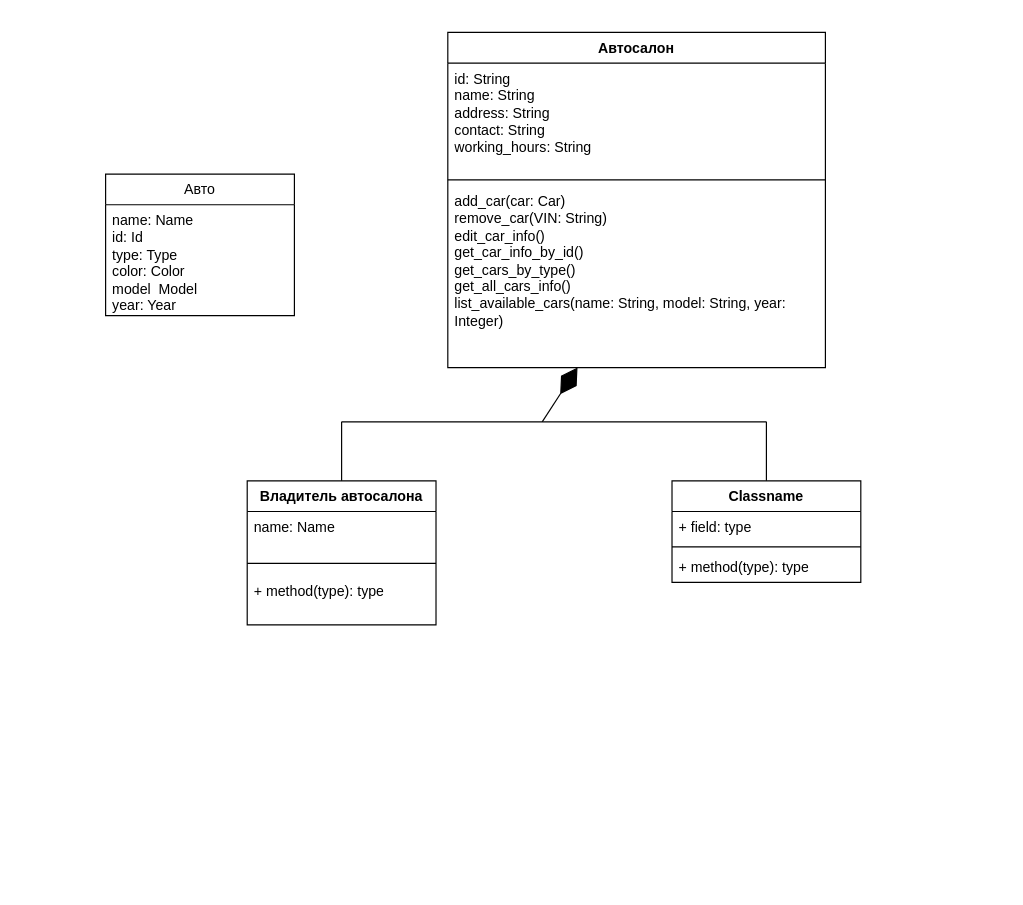
The draw.io diagram 5th_akmis_praktical.drawio in mati-tech/draw.io, before the edit. Source tidied: cells renumbered, new cells numbered last; positions are measured from the earlier drawing's top-left corner, leaving out a move shared by most shapes. Both pictures are drawn from the tidied source at 118%, with x=0, y=0 at pixel (105, 32).
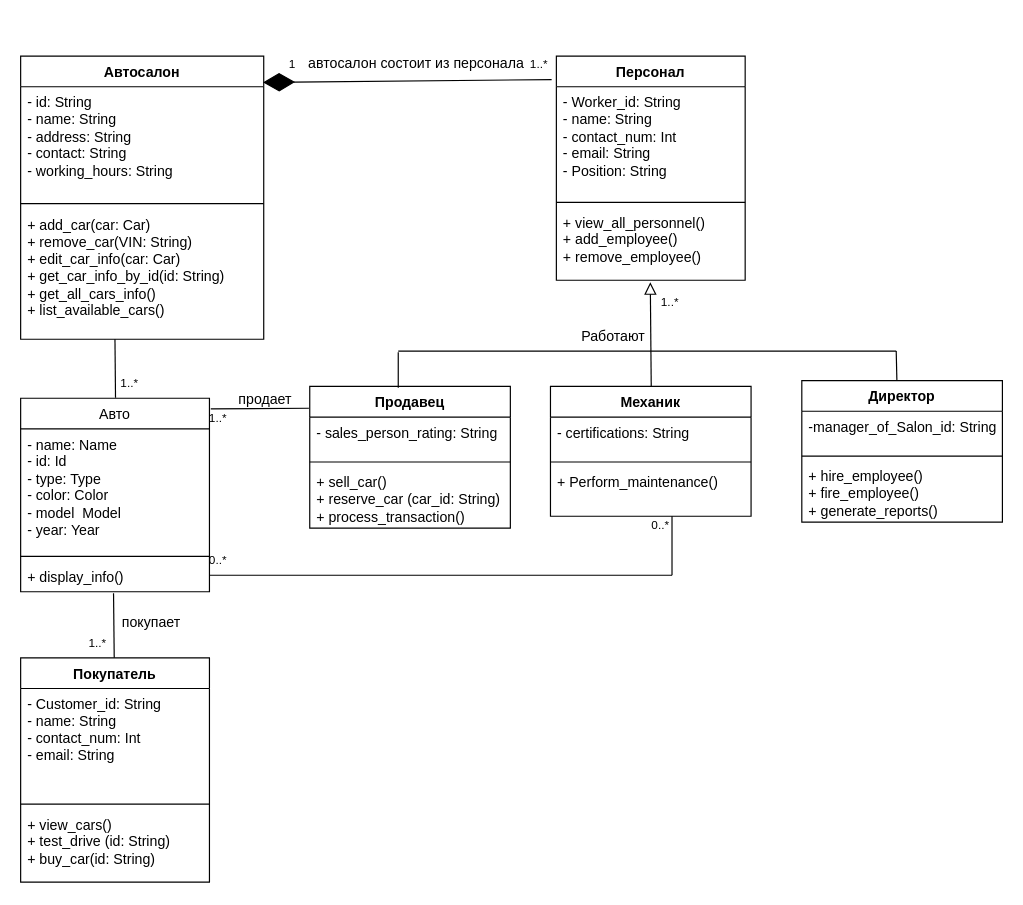
The same page after the edit.

Diff of the diagram source:
```diff
@@
     <mxCell id="2" value="Автосалон" style="swimlane;fontStyle=1;align=center;verticalAlign=top;horizontal=1;startSize=26;whiteSpace=wrap;html=1;" parent="1" vertex="1">
-      <mxGeometry x="290" width="320" height="284" as="geometry" />
+      <mxGeometry x="-72" y="20" width="206" height="240" as="geometry" />
     </mxCell>
-    <mxCell id="3" value="&lt;div&gt;id: String&lt;/div&gt;name: String&lt;div&gt;address: String&lt;/div&gt;&lt;div&gt;contact: String&lt;/div&gt;&lt;div&gt;working_hours: String&lt;/div&gt;" style="text;strokeColor=none;fillColor=none;align=left;verticalAlign=top;spacingLeft=4;spacingRight=4;overflow=hidden;whiteSpace=wrap;html=1;" parent="2" vertex="1">
-      <mxGeometry y="26" width="320" height="94" as="geometry" />
+    <mxCell id="3" value="&lt;div&gt;- id: String&lt;/div&gt;- name: String&lt;div&gt;- address: String&lt;/div&gt;&lt;div&gt;- contact: String&lt;/div&gt;&lt;div&gt;- working_hours: String&lt;/div&gt;" style="text;strokeColor=none;fillColor=none;align=left;verticalAlign=top;spacingLeft=4;spacingRight=4;overflow=hidden;whiteSpace=wrap;html=1;" parent="2" vertex="1">
+      <mxGeometry y="26" width="206" height="94" as="geometry" />
     </mxCell>
     <mxCell id="4" style="line;strokeWidth=1;fillColor=none;align=left;verticalAlign=middle;spacingTop=-1;spacingLeft=3;spacingRight=3;labelPosition=right;strokeColor=inherit;" parent="2" vertex="1">
-      <mxGeometry y="120" width="320" height="10" as="geometry" />
+      <mxGeometry y="120" width="206" height="10" as="geometry" />
     </mxCell>
-    <mxCell id="5" value="add_car(car: Car)&lt;div&gt;remove_car(VIN: String)&lt;/div&gt;&lt;div&gt;edit_car_info()&lt;/div&gt;&lt;div&gt;get_car_info_by_id()&lt;/div&gt;&lt;div&gt;get_cars_by_type()&lt;/div&gt;&lt;div&gt;get_all_cars_info()&lt;/div&gt;&lt;div&gt;list_available_cars(name: String, model: String, year: Integer)&lt;/div&gt;&lt;div&gt;&lt;br&gt;&lt;/div&gt;" style="text;strokeColor=none;fillColor=none;align=left;verticalAlign=top;spacingLeft=4;spacingRight=4;overflow=hidden;points=[[0,0.5],[1,0.5]];portConstraint=eastwest;whiteSpace=wrap;html=1;" parent="2" vertex="1">
-      <mxGeometry y="130" width="320" height="154" as="geometry" />
+    <mxCell id="5" value="+ add_car(car: Car)&lt;div&gt;+ remove_car(VIN: String)&lt;/div&gt;&lt;div&gt;+ edit_car_info(car: Car)&lt;/div&gt;&lt;div&gt;+ get_car_info_by_id(id: String)&lt;/div&gt;&lt;div&gt;+ get_all_cars_info()&lt;/div&gt;&lt;div&gt;+ list_available_cars()&lt;/div&gt;&lt;div&gt;&lt;br&gt;&lt;/div&gt;" style="text;strokeColor=none;fillColor=none;align=left;verticalAlign=top;spacingLeft=4;spacingRight=4;overflow=hidden;points=[[0,0.5],[1,0.5]];portConstraint=eastwest;whiteSpace=wrap;html=1;" parent="2" vertex="1">
+      <mxGeometry y="130" width="206" height="110" as="geometry" />
     </mxCell>
-    <mxCell id="6" value="Авто" style="swimlane;fontStyle=0;horizontal=1;startSize=26;fillColor=none;whiteSpace=wrap;html=1;" parent="1" vertex="1">
-      <mxGeometry y="120" width="160" height="120" as="geometry" />
+    <mxCell id="6" value="&lt;span style=&quot;font-weight: 400;&quot;&gt;Авто&lt;/span&gt;" style="swimlane;fontStyle=1;align=center;verticalAlign=top;horizontal=1;startSize=26;whiteSpace=wrap;html=1;" parent="1" vertex="1">
+      <mxGeometry x="-72" y="310" width="160" height="164" as="geometry" />
     </mxCell>
-    <mxCell id="7" value="&lt;div&gt;&lt;div&gt;name: Name&lt;/div&gt;&lt;div&gt;id: Id&lt;/div&gt;&lt;/div&gt;type: Type&lt;div&gt;color: Color&lt;/div&gt;&lt;div&gt;model&amp;nbsp; Model&amp;nbsp;&lt;/div&gt;&lt;div&gt;year: Year&lt;/div&gt;&lt;div&gt;&lt;br&gt;&lt;/div&gt;&lt;div&gt;&lt;br&gt;&lt;/div&gt;" style="text;strokeColor=none;fillColor=none;align=left;verticalAlign=top;spacingLeft=4;spacingRight=4;overflow=hidden;whiteSpace=wrap;html=1;" parent="6" vertex="1">
-      <mxGeometry y="26" width="160" height="94" as="geometry" />
-    </mxCell>
-    <mxCell id="8" style="endArrow=diamondThin;endFill=1;endSize=24;html=1;rounded=0;fontSize=12;curved=1;" parent="1" edge="1" target="5">
-      <mxGeometry relative="1" as="geometry">
-        <mxPoint x="370" y="330" as="sourcePoint" />
-      </mxGeometry>
-    </mxCell>
-    <mxCell id="9" value="Владитель автосалона" style="swimlane;fontStyle=1;align=center;verticalAlign=top;horizontal=1;startSize=26;whiteSpace=wrap;html=1;" parent="1" vertex="1">
-      <mxGeometry x="120" y="380" width="160" height="122" as="geometry" />
-    </mxCell>
-    <mxCell id="10" value="name: Name&lt;div&gt;&lt;br&gt;&lt;/div&gt;" style="text;strokeColor=none;fillColor=none;align=left;verticalAlign=top;spacingLeft=4;spacingRight=4;overflow=hidden;whiteSpace=wrap;html=1;" parent="9" vertex="1">
-      <mxGeometry y="26" width="160" height="34" as="geometry" />
-    </mxCell>
-    <mxCell id="11" style="line;strokeWidth=1;fillColor=none;align=left;verticalAlign=middle;spacingTop=-1;spacingLeft=3;spacingRight=3;labelPosition=right;strokeColor=inherit;" parent="9" vertex="1">
-      <mxGeometry y="60" width="160" height="20" as="geometry" />
-    </mxCell>
-    <mxCell id="12" value="+ method(type): type" style="text;strokeColor=none;fillColor=none;align=left;verticalAlign=top;spacingLeft=4;spacingRight=4;overflow=hidden;whiteSpace=wrap;html=1;" parent="9" vertex="1">
-      <mxGeometry y="80" width="160" height="42" as="geometry" />
-    </mxCell>
-    <mxCell id="13" value="Classname" style="swimlane;fontStyle=1;align=center;verticalAlign=top;horizontal=1;startSize=26;whiteSpace=wrap;html=1;" parent="1" vertex="1">
-      <mxGeometry x="480" y="380" width="160" height="86" as="geometry" />
-    </mxCell>
-    <mxCell id="14" value="+ field: type" style="text;strokeColor=none;fillColor=none;align=left;verticalAlign=top;spacingLeft=4;spacingRight=4;overflow=hidden;whiteSpace=wrap;html=1;" parent="13" vertex="1">
-      <mxGeometry y="26" width="160" height="26" as="geometry" />
-    </mxCell>
-    <mxCell id="15" style="line;strokeWidth=1;fillColor=none;align=left;verticalAlign=middle;spacingTop=-1;spacingLeft=3;spacingRight=3;labelPosition=right;strokeColor=inherit;" parent="13" vertex="1">
-      <mxGeometry y="52" width="160" height="8" as="geometry" />
-    </mxCell>
-    <mxCell id="16" value="+ method(type): type" style="text;strokeColor=none;fillColor=none;align=left;verticalAlign=top;spacingLeft=4;spacingRight=4;overflow=hidden;whiteSpace=wrap;html=1;" parent="13" vertex="1">
-      <mxGeometry y="60" width="160" height="26" as="geometry" />
-    </mxCell>
-    <mxCell id="17" style="endArrow=none;html=1;rounded=0;fontSize=12;startSize=8;endSize=8;curved=1;exitX=0.5;exitY=0;exitDx=0;exitDy=0;" parent="1" edge="1">
-      <mxGeometry relative="1" as="geometry">
-        <mxPoint x="200" y="380" as="sourcePoint" />
-        <mxPoint x="200" y="330" as="targetPoint" />
-      </mxGeometry>
-    </mxCell>
-    <mxCell id="18" style="endArrow=none;html=1;rounded=0;fontSize=12;startSize=8;endSize=8;curved=1;exitX=0.5;exitY=0;exitDx=0;exitDy=0;" parent="1" edge="1" source="13">
-      <mxGeometry relative="1" as="geometry">
-        <mxPoint x="560" y="330" as="targetPoint" />
-      </mxGeometry>
-    </mxCell>
-    <mxCell id="19" style="endArrow=none;html=1;rounded=0;fontSize=12;startSize=8;endSize=8;curved=1;" parent="1" edge="1">
-      <mxGeometry relative="1" as="geometry">
-        <mxPoint x="200" y="330" as="sourcePoint" />
-        <mxPoint x="370" y="330" as="targetPoint" />
-      </mxGeometry>
-    </mxCell>
-    <mxCell id="20" style="endArrow=none;html=1;rounded=0;fontSize=12;startSize=8;endSize=8;curved=1;" parent="1" edge="1">
-      <mxGeometry relative="1" as="geometry">
-        <mxPoint x="370" y="330" as="sourcePoint" />
-        <mxPoint x="560" y="330" as="targetPoint" />
-      </mxGeometry>
-    </mxCell>
+    <mxCell id="21" value="&lt;div&gt;&lt;div&gt;- name: Name&lt;/div&gt;&lt;div&gt;- id: Id&lt;/div&gt;&lt;/div&gt;- type: Type&lt;div&gt;- color: Color&lt;/div&gt;&lt;div&gt;- model&amp;nbsp; Model&amp;nbsp;&lt;/div&gt;&lt;div&gt;- year: Year&lt;/div&gt;&lt;div&gt;&lt;br&gt;&lt;/div&gt;&lt;div&gt;&lt;br&gt;&lt;/div&gt;" style="text;strokeColor=none;fillColor=none;align=left;verticalAlign=top;spacingLeft=4;spacingRight=4;overflow=hidden;whiteSpace=wrap;html=1;" parent="6" vertex="1">
+      <mxGeometry y="26" width="160" height="104" as="geometry" />
+    </mxCell>
+    <mxCell id="22" style="line;strokeWidth=1;fillColor=none;align=left;verticalAlign=middle;spacingTop=-1;spacingLeft=3;spacingRight=3;labelPosition=right;strokeColor=inherit;" parent="6" vertex="1">
+      <mxGeometry y="130" width="160" height="8" as="geometry" />
+    </mxCell>
+    <mxCell id="23" value="+ display_info()" style="text;strokeColor=none;fillColor=none;align=left;verticalAlign=top;spacingLeft=4;spacingRight=4;overflow=hidden;points=[[0,0.5],[1,0.5]];portConstraint=eastwest;whiteSpace=wrap;html=1;" parent="6" vertex="1">
+      <mxGeometry y="138" width="160" height="26" as="geometry" />
+    </mxCell>
+    <mxCell id="24" value="Покупатель" style="swimlane;fontStyle=1;align=center;verticalAlign=top;horizontal=1;startSize=26;whiteSpace=wrap;html=1;" parent="1" vertex="1">
+      <mxGeometry x="-72" y="530" width="160" height="190" as="geometry" />
+    </mxCell>
+    <mxCell id="25" value="- Customer_id: String&lt;div&gt;- name: String&lt;/div&gt;&lt;div&gt;- contact_num: Int&lt;/div&gt;&lt;div&gt;- email: String&lt;/div&gt;&lt;div&gt;&lt;br&gt;&lt;/div&gt;" style="text;strokeColor=none;fillColor=none;align=left;verticalAlign=top;spacingLeft=4;spacingRight=4;overflow=hidden;whiteSpace=wrap;html=1;" parent="24" vertex="1">
+      <mxGeometry y="26" width="160" height="94" as="geometry" />
+    </mxCell>
+    <mxCell id="26" style="line;strokeWidth=1;fillColor=none;align=left;verticalAlign=middle;spacingTop=-1;spacingLeft=3;spacingRight=3;labelPosition=right;strokeColor=inherit;" parent="24" vertex="1">
+      <mxGeometry y="120" width="160" height="8" as="geometry" />
+    </mxCell>
+    <mxCell id="27" value="+ view_cars()&lt;div&gt;+ test_drive (id: String)&lt;/div&gt;&lt;div&gt;+ buy_car(id: String)&lt;/div&gt;" style="text;strokeColor=none;fillColor=none;align=left;verticalAlign=top;spacingLeft=4;spacingRight=4;overflow=hidden;whiteSpace=wrap;html=1;" parent="24" vertex="1">
+      <mxGeometry y="128" width="160" height="62" as="geometry" />
+    </mxCell>
+    <mxCell id="28" value="Персонал" style="swimlane;fontStyle=1;align=center;verticalAlign=top;horizontal=1;startSize=26;whiteSpace=wrap;html=1;" parent="1" vertex="1">
+      <mxGeometry x="382" y="20" width="160" height="190" as="geometry" />
+    </mxCell>
+    <mxCell id="29" value="- Worker_id: String&lt;div&gt;- name: String&lt;/div&gt;&lt;div&gt;- contact_num: Int&lt;/div&gt;&lt;div&gt;- email: String&lt;/div&gt;&lt;div&gt;- Position: String&amp;nbsp;&lt;/div&gt;" style="text;strokeColor=none;fillColor=none;align=left;verticalAlign=top;spacingLeft=4;spacingRight=4;overflow=hidden;whiteSpace=wrap;html=1;" parent="28" vertex="1">
+      <mxGeometry y="26" width="160" height="94" as="geometry" />
+    </mxCell>
+    <mxCell id="30" style="line;strokeWidth=1;fillColor=none;align=left;verticalAlign=middle;spacingTop=-1;spacingLeft=3;spacingRight=3;labelPosition=right;strokeColor=inherit;" parent="28" vertex="1">
+      <mxGeometry y="120" width="160" height="8" as="geometry" />
+    </mxCell>
+    <mxCell id="31" value="+ view_all_personnel()&lt;div&gt;+ add_employee()&lt;/div&gt;&lt;div&gt;+ remove_employee()&lt;/div&gt;" style="text;strokeColor=none;fillColor=none;align=left;verticalAlign=top;spacingLeft=4;spacingRight=4;overflow=hidden;whiteSpace=wrap;html=1;" parent="28" vertex="1">
+      <mxGeometry y="128" width="160" height="62" as="geometry" />
+    </mxCell>
+    <mxCell id="32" value="Продавец" style="swimlane;fontStyle=1;align=center;verticalAlign=top;horizontal=1;startSize=26;whiteSpace=wrap;html=1;" parent="1" vertex="1">
+      <mxGeometry x="173" y="300" width="170" height="120" as="geometry" />
+    </mxCell>
+    <mxCell id="33" value="&lt;div&gt;- sales_person_rating: String&lt;/div&gt;" style="text;strokeColor=none;fillColor=none;align=left;verticalAlign=top;spacingLeft=4;spacingRight=4;overflow=hidden;whiteSpace=wrap;html=1;" parent="32" vertex="1">
+      <mxGeometry y="26" width="170" height="34" as="geometry" />
+    </mxCell>
+    <mxCell id="34" style="line;strokeWidth=1;fillColor=none;align=left;verticalAlign=middle;spacingTop=-1;spacingLeft=3;spacingRight=3;labelPosition=right;strokeColor=inherit;" parent="32" vertex="1">
+      <mxGeometry y="60" width="170" height="8" as="geometry" />
+    </mxCell>
+    <mxCell id="35" value="+ sell_car()&lt;div&gt;+ reserve_car (car_id: String)&lt;/div&gt;&lt;div&gt;+ process_transaction()&lt;/div&gt;" style="text;strokeColor=none;fillColor=none;align=left;verticalAlign=top;spacingLeft=4;spacingRight=4;overflow=hidden;whiteSpace=wrap;html=1;" parent="32" vertex="1">
+      <mxGeometry y="68" width="170" height="52" as="geometry" />
+    </mxCell>
+    <mxCell id="36" value="Механик" style="swimlane;fontStyle=1;align=center;verticalAlign=top;horizontal=1;startSize=26;whiteSpace=wrap;html=1;" parent="1" vertex="1">
+      <mxGeometry x="377" y="300" width="170" height="110" as="geometry" />
+    </mxCell>
+    <mxCell id="37" value="&lt;div&gt;- certifications: String&lt;/div&gt;" style="text;strokeColor=none;fillColor=none;align=left;verticalAlign=top;spacingLeft=4;spacingRight=4;overflow=hidden;whiteSpace=wrap;html=1;" parent="36" vertex="1">
+      <mxGeometry y="26" width="170" height="34" as="geometry" />
+    </mxCell>
+    <mxCell id="38" style="line;strokeWidth=1;fillColor=none;align=left;verticalAlign=middle;spacingTop=-1;spacingLeft=3;spacingRight=3;labelPosition=right;strokeColor=inherit;" parent="36" vertex="1">
+      <mxGeometry y="60" width="170" height="8" as="geometry" />
+    </mxCell>
+    <mxCell id="39" value="+ Perform_maintenance()&lt;div&gt;&lt;br&gt;&lt;/div&gt;&lt;div&gt;&lt;br&gt;&lt;/div&gt;" style="text;strokeColor=none;fillColor=none;align=left;verticalAlign=top;spacingLeft=4;spacingRight=4;overflow=hidden;whiteSpace=wrap;html=1;" parent="36" vertex="1">
+      <mxGeometry y="68" width="170" height="42" as="geometry" />
+    </mxCell>
+    <mxCell id="40" value="Директор" style="swimlane;fontStyle=1;align=center;verticalAlign=top;horizontal=1;startSize=26;whiteSpace=wrap;html=1;" parent="1" vertex="1">
+      <mxGeometry x="590" y="295" width="170" height="120" as="geometry" />
+    </mxCell>
+    <mxCell id="41" value="-manager_of_Salon_id: String&lt;div&gt;&lt;br&gt;&lt;/div&gt;" style="text;strokeColor=none;fillColor=none;align=left;verticalAlign=top;spacingLeft=4;spacingRight=4;overflow=hidden;whiteSpace=wrap;html=1;" parent="40" vertex="1">
+      <mxGeometry y="26" width="170" height="34" as="geometry" />
+    </mxCell>
+    <mxCell id="42" style="line;strokeWidth=1;fillColor=none;align=left;verticalAlign=middle;spacingTop=-1;spacingLeft=3;spacingRight=3;labelPosition=right;strokeColor=inherit;" parent="40" vertex="1">
+      <mxGeometry y="60" width="170" height="8" as="geometry" />
+    </mxCell>
+    <mxCell id="43" value="+ hire_employee()&lt;div&gt;+ fire_employee()&lt;/div&gt;&lt;div&gt;+ generate_reports()&lt;br&gt;&lt;div&gt;&lt;br&gt;&lt;/div&gt;&lt;div&gt;&lt;br&gt;&lt;/div&gt;&lt;/div&gt;" style="text;strokeColor=none;fillColor=none;align=left;verticalAlign=top;spacingLeft=4;spacingRight=4;overflow=hidden;whiteSpace=wrap;html=1;" parent="40" vertex="1">
+      <mxGeometry y="68" width="170" height="52" as="geometry" />
+    </mxCell>
+    <mxCell id="44" style="endArrow=none;html=1;rounded=0;fontSize=12;startSize=8;endSize=8;curved=1;" parent="1" edge="1">
+      <mxGeometry relative="1" as="geometry">
+        <mxPoint x="248" y="270" as="sourcePoint" />
+        <mxPoint x="670" y="270" as="targetPoint" />
+      </mxGeometry>
+    </mxCell>
+    <mxCell id="45" style="endArrow=none;html=1;rounded=0;fontSize=12;startSize=8;endSize=8;curved=1;exitX=0.474;exitY=-0.002;exitDx=0;exitDy=0;exitPerimeter=0;" parent="1" edge="1" source="40">
+      <mxGeometry relative="1" as="geometry">
+        <mxPoint x="670" y="270" as="targetPoint" />
+      </mxGeometry>
+    </mxCell>
+    <mxCell id="46" style="endArrow=none;html=1;rounded=0;fontSize=12;startSize=8;endSize=8;curved=1;" parent="1" edge="1">
+      <mxGeometry relative="1" as="geometry">
+        <mxPoint x="248" y="301" as="sourcePoint" />
+        <mxPoint x="248" y="271" as="targetPoint" />
+        <Array as="points">
+          <mxPoint x="248" y="281" />
+        </Array>
+      </mxGeometry>
+    </mxCell>
+    <mxCell id="47" style="endArrow=diamondThin;endFill=1;endSize=24;html=1;rounded=0;fontSize=12;curved=1;exitX=-0.025;exitY=0.105;exitDx=0;exitDy=0;exitPerimeter=0;entryX=0.998;entryY=0.093;entryDx=0;entryDy=0;entryPerimeter=0;" parent="1" edge="1" source="28" target="2">
+      <mxGeometry relative="1" as="geometry" />
+    </mxCell>
+    <mxCell id="48" style="endArrow=none;html=1;rounded=0;fontSize=12;startSize=8;endSize=8;curved=1;exitX=0.5;exitY=0;exitDx=0;exitDy=0;entryX=0.492;entryY=1.05;entryDx=0;entryDy=0;entryPerimeter=0;" parent="1" edge="1" target="23">
+      <mxGeometry relative="1" as="geometry">
+        <mxPoint x="7.3" y="530" as="sourcePoint" />
+      </mxGeometry>
+    </mxCell>
+    <mxCell id="49" value="&lt;font style=&quot;font-size: 8px;&quot;&gt;&amp;nbsp;&lt;/font&gt;&lt;font style=&quot;font-size: 12px;&quot;&gt;покупает&amp;nbsp;&lt;/font&gt;" style="edgeLabel;html=1;align=center;verticalAlign=middle;fontSize=12;" parent="48" vertex="1">
+      <mxGeometry x="0.07" y="-2" relative="1" as="geometry">
+        <mxPoint x="30" y="-1" as="offset" />
+      </mxGeometry>
+    </mxCell>
+    <mxCell id="50" value="&lt;h3 style=&quot;&quot;&gt;&lt;font style=&quot;font-weight: normal; font-size: 12px;&quot;&gt;автосалон состоит из персонала&lt;/font&gt;&lt;/h3&gt;" style="text;html=1;align=center;verticalAlign=middle;strokeColor=none;fillColor=none;fontSize=16;" parent="1" vertex="1">
+      <mxGeometry x="158" y="-10" width="210" height="70" as="geometry" />
+    </mxCell>
+    <mxCell id="51" value="&lt;font style=&quot;font-size: 12px;&quot;&gt;Работают&lt;/font&gt;" style="text;html=1;align=center;verticalAlign=middle;strokeColor=none;fillColor=none;fontSize=16;" parent="1" vertex="1">
+      <mxGeometry x="390" y="241" width="80" height="30" as="geometry" />
+    </mxCell>
+    <mxCell id="52" style="endArrow=none;html=1;rounded=0;fontSize=12;startSize=8;endSize=8;curved=1;entryX=0.388;entryY=1;entryDx=0;entryDy=0;entryPerimeter=0;exitX=0.347;exitY=0.983;exitDx=0;exitDy=0;exitPerimeter=0;" parent="1" edge="1" target="5">
+      <mxGeometry relative="1" as="geometry">
+        <mxPoint x="8.4" y="309.5" as="sourcePoint" />
+      </mxGeometry>
+    </mxCell>
+    <mxCell id="53" value="&lt;span style=&quot;font-size: 10px;&quot;&gt;1..*&lt;/span&gt;" style="text;html=1;align=center;verticalAlign=middle;strokeColor=none;fillColor=none;fontSize=16;" parent="1" vertex="1">
+      <mxGeometry x="458" y="211" width="40" height="30" as="geometry" />
+    </mxCell>
+    <mxCell id="54" value="&lt;span style=&quot;font-size: 10px;&quot;&gt;1..*&lt;/span&gt;" style="text;html=1;align=center;verticalAlign=middle;strokeColor=none;fillColor=none;fontSize=16;" parent="1" vertex="1">
+      <mxGeometry y="280" width="40" height="30" as="geometry" />
+    </mxCell>
+    <mxCell id="55" value="&lt;span style=&quot;font-size: 10px;&quot;&gt;1..*&lt;/span&gt;" style="text;html=1;align=center;verticalAlign=middle;strokeColor=none;fillColor=none;fontSize=16;" parent="1" vertex="1">
+      <mxGeometry x="-27" y="500" width="40" height="30" as="geometry" />
+    </mxCell>
+    <mxCell id="56" value="&lt;font style=&quot;font-size: 12px;&quot;&gt;продает&lt;/font&gt;" style="edgeLabel;html=1;align=center;verticalAlign=middle;fontSize=12;" parent="1" vertex="1">
+      <mxGeometry x="134" y="310" as="geometry" />
+    </mxCell>
+    <mxCell id="57" style="endArrow=none;html=1;rounded=0;fontSize=12;startSize=8;endSize=8;curved=1;" parent="1" edge="1">
+      <mxGeometry relative="1" as="geometry">
+        <mxPoint x="88" y="460" as="sourcePoint" />
+        <mxPoint x="480" y="460" as="targetPoint" />
+      </mxGeometry>
+    </mxCell>
+    <mxCell id="58" style="endArrow=none;html=1;rounded=0;fontSize=12;startSize=8;endSize=8;curved=1;entryX=0.555;entryY=1.01;entryDx=0;entryDy=0;entryPerimeter=0;" parent="1" edge="1">
+      <mxGeometry relative="1" as="geometry">
+        <mxPoint x="480" y="460" as="sourcePoint" />
+        <mxPoint x="480" y="410" as="targetPoint" />
+      </mxGeometry>
+    </mxCell>
+    <mxCell id="59" value="&lt;span style=&quot;font-size: 10px;&quot;&gt;1..*&lt;/span&gt;" style="text;html=1;align=center;verticalAlign=middle;strokeColor=none;fillColor=none;fontSize=16;" parent="1" vertex="1">
+      <mxGeometry x="75" y="310" width="40" height="30" as="geometry" />
+    </mxCell>
+    <mxCell id="60" value="&lt;font style=&quot;font-size: 10px;&quot;&gt;1..*&lt;/font&gt;" style="text;html=1;align=center;verticalAlign=middle;strokeColor=none;fillColor=none;fontSize=16;" parent="1" vertex="1">
+      <mxGeometry x="347" y="10" width="40" height="30" as="geometry" />
+    </mxCell>
+    <mxCell id="61" value="&lt;span style=&quot;font-size: 10px;&quot;&gt;1&lt;/span&gt;" style="text;html=1;align=center;verticalAlign=middle;strokeColor=none;fillColor=none;fontSize=16;" parent="1" vertex="1">
+      <mxGeometry x="143" y="10" width="30" height="30" as="geometry" />
+    </mxCell>
+    <mxCell id="62" style="endArrow=none;html=1;rounded=0;fontSize=12;startSize=8;endSize=8;curved=1;entryX=-0.004;entryY=0.154;entryDx=0;entryDy=0;entryPerimeter=0;exitX=1.007;exitY=0.055;exitDx=0;exitDy=0;exitPerimeter=0;" parent="1" edge="1" source="6" target="32">
+      <mxGeometry relative="1" as="geometry" />
+    </mxCell>
+    <mxCell id="63" value="&lt;font style=&quot;font-size: 10px;&quot;&gt;0..*&lt;/font&gt;" style="text;html=1;align=center;verticalAlign=middle;strokeColor=none;fillColor=none;fontSize=16;" parent="1" vertex="1">
+      <mxGeometry x="75" y="430" width="40" height="30" as="geometry" />
+    </mxCell>
+    <mxCell id="64" value="&lt;font style=&quot;font-size: 10px;&quot;&gt;0..*&lt;/font&gt;" style="text;html=1;align=center;verticalAlign=middle;strokeColor=none;fillColor=none;fontSize=16;" parent="1" vertex="1">
+      <mxGeometry x="450" y="400" width="40" height="30" as="geometry" />
+    </mxCell>
+    <mxCell id="65" style="endArrow=block;html=1;rounded=0;align=center;verticalAlign=bottom;endFill=0;labelBackgroundColor=none;endSize=8;fontSize=12;curved=1;exitX=0.5;exitY=0;exitDx=0;exitDy=0;entryX=0.038;entryY=0.012;entryDx=0;entryDy=0;entryPerimeter=0;" parent="1" edge="1">
+      <mxGeometry relative="1" as="geometry">
+        <mxPoint x="462.4" y="300.3" as="sourcePoint" />
+        <mxPoint x="461.6" y="211.7" as="targetPoint" />
+      </mxGeometry>
+    </mxCell>
```
